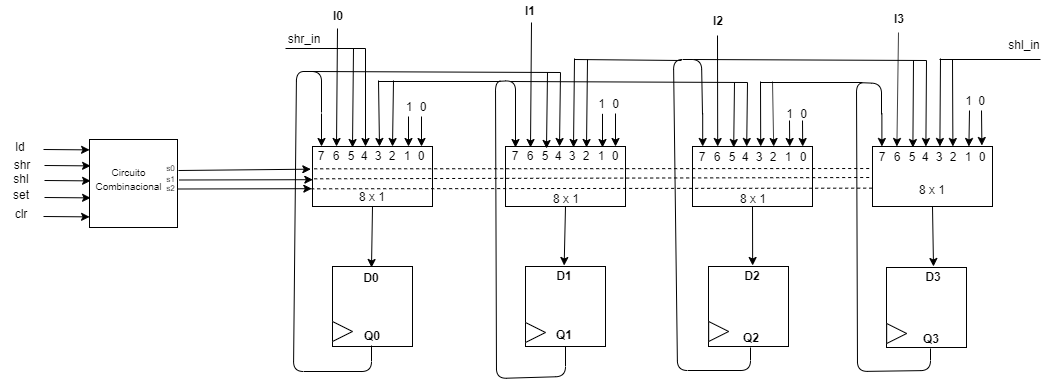
This is Circuitos Digitais/ATIVIDADES2019-2/ATIVIDADE-10/imagens/A10.png from kaikecc/UFRN, a draw.io export, as it was before one commit. Source tidied: cells renumbered, new cells last; positions are measured from the earlier drawing's top-left corner, leaving out a move shared by most shapes.
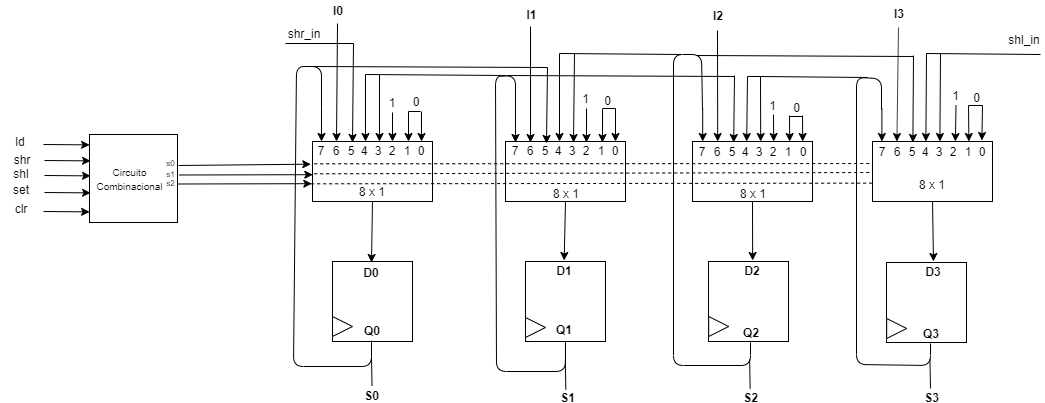
After the commit.

Diff of the diagram source:
```diff
@@ -184,19 +184,19 @@
     </mxCell>
     <mxCell id="60" style="endArrow=classic;html=1;" parent="1" edge="1">
       <mxGeometry relative="1" as="geometry">
-        <mxPoint x="393" y="80" as="sourcePoint" />
+        <mxPoint x="392" y="117" as="sourcePoint" />
         <mxPoint x="392" y="146" as="targetPoint" />
       </mxGeometry>
     </mxCell>
     <mxCell id="61" style="endArrow=classic;html=1;" parent="1" edge="1">
       <mxGeometry relative="1" as="geometry">
-        <mxPoint x="378" y="80" as="sourcePoint" />
+        <mxPoint x="379" y="79" as="sourcePoint" />
         <mxPoint x="379" y="146" as="targetPoint" />
       </mxGeometry>
     </mxCell>
     <mxCell id="62" style="endArrow=classic;html=1;" parent="1" edge="1">
       <mxGeometry relative="1" as="geometry">
-        <mxPoint x="365" y="48" as="sourcePoint" />
+        <mxPoint x="365" y="79" as="sourcePoint" />
         <mxPoint x="365" y="146" as="targetPoint" />
       </mxGeometry>
     </mxCell>
@@ -232,7 +232,7 @@
     </mxCell>
     <mxCell id="68" style="endArrow=classic;html=1;" parent="1" edge="1">
       <mxGeometry relative="1" as="geometry">
-        <mxPoint x="587" y="59" as="sourcePoint" />
+        <mxPoint x="586" y="113" as="sourcePoint" />
         <mxPoint x="586" y="147" as="targetPoint" />
       </mxGeometry>
     </mxCell>
@@ -250,7 +250,7 @@
     </mxCell>
     <mxCell id="71" style="endArrow=classic;html=1;" parent="1" edge="1">
       <mxGeometry relative="1" as="geometry">
-        <mxPoint x="531" y="22" as="sourcePoint" />
+        <mxPoint x="530" y="31" as="sourcePoint" />
         <mxPoint x="530" y="147" as="targetPoint" />
       </mxGeometry>
     </mxCell>
@@ -274,7 +274,7 @@
     </mxCell>
     <mxCell id="75" style="endArrow=classic;html=1;" parent="1" edge="1">
       <mxGeometry relative="1" as="geometry">
-        <mxPoint x="772" y="81" as="sourcePoint" />
+        <mxPoint x="773" y="119" as="sourcePoint" />
         <mxPoint x="773.2" y="146" as="targetPoint" />
       </mxGeometry>
     </mxCell>
@@ -286,13 +286,13 @@
     </mxCell>
     <mxCell id="77" style="endArrow=classic;html=1;" parent="1" edge="1">
       <mxGeometry relative="1" as="geometry">
-        <mxPoint x="747" y="82" as="sourcePoint" />
+        <mxPoint x="747" y="81" as="sourcePoint" />
         <mxPoint x="746.2" y="146" as="targetPoint" />
       </mxGeometry>
     </mxCell>
     <mxCell id="78" style="endArrow=classic;html=1;" parent="1" edge="1">
       <mxGeometry relative="1" as="geometry">
-        <mxPoint x="734" y="82" as="sourcePoint" />
+        <mxPoint x="734" y="80" as="sourcePoint" />
         <mxPoint x="733.2" y="147" as="targetPoint" />
       </mxGeometry>
     </mxCell>
@@ -310,22 +310,16 @@
     </mxCell>
     <mxCell id="81" style="endArrow=classic;html=1;" parent="1" edge="1">
       <mxGeometry relative="1" as="geometry">
-        <mxPoint x="981" y="110" as="sourcePoint" />
+        <mxPoint x="982" y="110" as="sourcePoint" />
         <mxPoint x="981.4" y="145" as="targetPoint" />
       </mxGeometry>
     </mxCell>
     <mxCell id="82" style="endArrow=classic;html=1;" parent="1" edge="1">
       <mxGeometry relative="1" as="geometry">
-        <mxPoint x="969" y="110" as="sourcePoint" />
+        <mxPoint x="968" y="110" as="sourcePoint" />
         <mxPoint x="968.4" y="146" as="targetPoint" />
       </mxGeometry>
     </mxCell>
-    <mxCell id="83" style="endArrow=classic;html=1;" parent="1" edge="1">
-      <mxGeometry relative="1" as="geometry">
-        <mxPoint x="952" y="59" as="sourcePoint" />
-        <mxPoint x="952.4" y="146" as="targetPoint" />
-      </mxGeometry>
-    </mxCell>
     <mxCell id="84" style="endArrow=classic;html=1;" parent="1" edge="1">
       <mxGeometry relative="1" as="geometry">
         <mxPoint x="940" y="58" as="sourcePoint" />
@@ -334,7 +328,7 @@
     </mxCell>
     <mxCell id="85" style="endArrow=classic;html=1;" parent="1" edge="1">
       <mxGeometry relative="1" as="geometry">
-        <mxPoint x="926" y="60" as="sourcePoint" />
+        <mxPoint x="926" y="58" as="sourcePoint" />
         <mxPoint x="925.4" y="146" as="targetPoint" />
       </mxGeometry>
     </mxCell>
@@ -372,7 +366,7 @@
       <mxGeometry x="317" y="5" width="40" height="20" as="geometry" />
     </mxCell>
     <mxCell id="94" value="&lt;b&gt;I1&lt;/b&gt;" style="text;html=1;strokeColor=none;fillColor=none;align=center;verticalAlign=middle;whiteSpace=wrap;rounded=0;" parent="1" vertex="1">
-      <mxGeometry x="509" width="40" height="20" as="geometry" />
+      <mxGeometry x="518" y="13" width="27" height="12" as="geometry" />
     </mxCell>
     <mxCell id="95" value="&lt;b&gt;I2&lt;/b&gt;" style="text;html=1;strokeColor=none;fillColor=none;align=center;verticalAlign=middle;whiteSpace=wrap;rounded=0;" parent="1" vertex="1">
       <mxGeometry x="697" y="10" width="40" height="20" as="geometry" />
@@ -382,7 +376,7 @@
     </mxCell>
     <mxCell id="97" style="endArrow=none;html=1;entryX=0.5;entryY=1;entryDx=0;entryDy=0;" parent="1" edge="1" target="15">
       <mxGeometry relative="1" as="geometry">
-        <mxPoint x="321" y="112" as="sourcePoint" />
+        <mxPoint x="321" y="113" as="sourcePoint" />
         <Array as="points">
           <mxPoint x="321" y="71" />
           <mxPoint x="296" y="71" />
@@ -397,7 +391,7 @@
         <Array as="points">
           <mxPoint x="515" y="80" />
           <mxPoint x="495" y="81" />
-          <mxPoint x="496" y="378" />
+          <mxPoint x="496" y="376" />
           <mxPoint x="565" y="376" />
         </Array>
       </mxGeometry>
@@ -408,7 +402,7 @@
         <Array as="points">
           <mxPoint x="701" y="59" />
           <mxPoint x="673" y="59" />
-          <mxPoint x="677" y="370" />
+          <mxPoint x="673" y="370" />
           <mxPoint x="750" y="370" />
         </Array>
       </mxGeometry>
@@ -419,7 +413,7 @@
         <Array as="points">
           <mxPoint x="881" y="83" />
           <mxPoint x="856" y="82" />
-          <mxPoint x="857" y="371" />
+          <mxPoint x="856" y="369" />
           <mxPoint x="930" y="370" />
         </Array>
       </mxGeometry>
@@ -427,7 +421,7 @@
     <mxCell id="101" style="endArrow=none;html=1;" parent="1" edge="1">
       <mxGeometry relative="1" as="geometry">
         <mxPoint x="285" y="48" as="sourcePoint" />
-        <mxPoint x="365" y="48" as="targetPoint" />
+        <mxPoint x="353" y="48" as="targetPoint" />
       </mxGeometry>
     </mxCell>
     <mxCell id="102" value="shr_in" style="text;html=1;strokeColor=none;fillColor=none;align=center;verticalAlign=middle;whiteSpace=wrap;rounded=0;" parent="1" vertex="1">
@@ -435,72 +429,36 @@
     </mxCell>
     <mxCell id="103" style="endArrow=classic;html=1;" parent="1" edge="1">
       <mxGeometry relative="1" as="geometry">
-        <mxPoint x="560" y="72" as="sourcePoint" />
+        <mxPoint x="559" y="58" as="sourcePoint" />
         <mxPoint x="559" y="146" as="targetPoint" />
       </mxGeometry>
     </mxCell>
-    <mxCell id="104" style="endArrow=none;html=1;fontFamily=Helvetica;fontSize=11;fontColor=#000000;align=center;strokeColor=#000000;" parent="1" edge="1">
-      <mxGeometry relative="1" as="geometry">
-        <mxPoint x="309" y="71" as="sourcePoint" />
-        <mxPoint x="560" y="72" as="targetPoint" />
-      </mxGeometry>
-    </mxCell>
-    <mxCell id="105" style="endArrow=none;html=1;" parent="1" edge="1">
-      <mxGeometry relative="1" as="geometry">
-        <mxPoint x="510" y="81" as="sourcePoint" />
-        <mxPoint x="747" y="82" as="targetPoint" />
-      </mxGeometry>
-    </mxCell>
-    <mxCell id="106" style="endArrow=none;html=1;" parent="1" edge="1">
-      <mxGeometry relative="1" as="geometry">
-        <mxPoint x="693" y="59" as="sourcePoint" />
-        <mxPoint x="926" y="60" as="targetPoint" />
-      </mxGeometry>
-    </mxCell>
     <mxCell id="107" style="endArrow=none;html=1;" parent="1" edge="1">
       <mxGeometry relative="1" as="geometry">
-        <mxPoint x="939" y="59" as="sourcePoint" />
+        <mxPoint x="926" y="58" as="sourcePoint" />
         <mxPoint x="1040" y="59" as="targetPoint" />
       </mxGeometry>
     </mxCell>
     <mxCell id="108" value="shl_in" style="text;html=1;strokeColor=none;fillColor=none;align=center;verticalAlign=middle;whiteSpace=wrap;rounded=0;" parent="1" vertex="1">
       <mxGeometry x="1004" y="34" width="40" height="20" as="geometry" />
     </mxCell>
-    <mxCell id="109" style="endArrow=none;html=1;" parent="1" edge="1">
-      <mxGeometry relative="1" as="geometry">
-        <mxPoint x="760" y="82" as="sourcePoint" />
-        <mxPoint x="862" y="82" as="targetPoint" />
-      </mxGeometry>
-    </mxCell>
     <mxCell id="110" value="0" style="text;html=1;strokeColor=none;fillColor=none;align=center;verticalAlign=middle;whiteSpace=wrap;rounded=0;" parent="1" vertex="1">
-      <mxGeometry x="797" y="109" width="13" height="8" as="geometry" />
+      <mxGeometry x="790" y="108" width="13" height="8" as="geometry" />
     </mxCell>
     <mxCell id="111" value="1" style="text;html=1;strokeColor=none;fillColor=none;align=center;verticalAlign=middle;whiteSpace=wrap;rounded=0;" parent="1" vertex="1">
-      <mxGeometry x="783" y="109" width="13" height="8" as="geometry" />
+      <mxGeometry x="765.5" y="106" width="13" height="8" as="geometry" />
     </mxCell>
     <mxCell id="112" value="1" style="text;html=1;strokeColor=none;fillColor=none;align=center;verticalAlign=middle;whiteSpace=wrap;rounded=0;" parent="1" vertex="1">
-      <mxGeometry x="594.7" y="99" width="13" height="8" as="geometry" />
+      <mxGeometry x="579.2" y="99" width="13" height="8" as="geometry" />
     </mxCell>
     <mxCell id="113" value="0" style="text;html=1;strokeColor=none;fillColor=none;align=center;verticalAlign=middle;whiteSpace=wrap;rounded=0;" parent="1" vertex="1">
-      <mxGeometry x="609.2" y="99" width="13" height="8" as="geometry" />
+      <mxGeometry x="601.2" y="101" width="13" height="8" as="geometry" />
     </mxCell>
-    <mxCell id="114" style="endArrow=none;html=1;" parent="1" edge="1">
-      <mxGeometry relative="1" as="geometry">
-        <mxPoint x="574" y="59" as="sourcePoint" />
-        <mxPoint x="681" y="60" as="targetPoint" />
-      </mxGeometry>
-    </mxCell>
-    <mxCell id="115" style="endArrow=none;html=1;" parent="1" edge="1">
-      <mxGeometry relative="1" as="geometry">
-        <mxPoint x="378" y="81" as="sourcePoint" />
-        <mxPoint x="500" y="81" as="targetPoint" />
-      </mxGeometry>
-    </mxCell>
     <mxCell id="116" value="0" style="text;html=1;strokeColor=none;fillColor=none;align=center;verticalAlign=middle;whiteSpace=wrap;rounded=0;" parent="1" vertex="1">
-      <mxGeometry x="417" y="99" width="9" height="13" as="geometry" />
+      <mxGeometry x="410" y="99.5" width="9" height="13" as="geometry" />
     </mxCell>
     <mxCell id="117" value="1" style="text;html=1;strokeColor=none;fillColor=none;align=center;verticalAlign=middle;whiteSpace=wrap;rounded=0;" parent="1" vertex="1">
-      <mxGeometry x="403" y="100" width="9" height="13" as="geometry" />
+      <mxGeometry x="386.5" y="100" width="9" height="13" as="geometry" />
     </mxCell>
     <mxCell id="118" style="whiteSpace=wrap;html=1;" parent="1" vertex="1">
       <mxGeometry x="89" y="139" width="88" height="88" as="geometry" />
@@ -546,7 +504,7 @@
       <mxGeometry x="162" y="182" width="17" height="8" as="geometry" />
     </mxCell>
     <mxCell id="128" value="&lt;font style=&quot;font-size: 10px&quot;&gt;Circuito Combinacional&lt;/font&gt;" style="text;html=1;strokeColor=none;fillColor=none;align=center;verticalAlign=middle;whiteSpace=wrap;rounded=0;" parent="1" vertex="1">
-      <mxGeometry x="108" y="168" width="40" height="20" as="geometry" />
+      <mxGeometry x="109" y="173" width="40" height="20" as="geometry" />
     </mxCell>
     <mxCell id="129" style="endArrow=classic;html=1;entryX=0.001;entryY=0.118;entryDx=0;entryDy=0;entryPerimeter=0;" parent="1" edge="1" target="118">
       <mxGeometry relative="1" as="geometry">
@@ -593,10 +551,118 @@
       <mxGeometry y="203" width="40" height="20" as="geometry" />
     </mxCell>
     <mxCell id="139" value="0" style="text;html=1;strokeColor=none;fillColor=none;align=center;verticalAlign=middle;whiteSpace=wrap;rounded=0;" parent="1" vertex="1">
-      <mxGeometry x="974.5" y="96" width="13" height="8" as="geometry" />
+      <mxGeometry x="970" y="98.5" width="13" height="8" as="geometry" />
     </mxCell>
     <mxCell id="140" value="1" style="text;html=1;strokeColor=none;fillColor=none;align=center;verticalAlign=middle;whiteSpace=wrap;rounded=0;" parent="1" vertex="1">
-      <mxGeometry x="961.5" y="96" width="13" height="8" as="geometry" />
+      <mxGeometry x="949" y="96" width="13" height="8" as="geometry" />
     </mxCell>
+    <mxCell id="141" style="endArrow=classic;html=1;" parent="1" edge="1">
+      <mxGeometry relative="1" as="geometry">
+        <mxPoint x="955.5" y="110" as="sourcePoint" />
+        <mxPoint x="954.9" y="146" as="targetPoint" />
+      </mxGeometry>
+    </mxCell>
+    <mxCell id="142" style="endArrow=none;html=1;" parent="1" edge="1">
+      <mxGeometry relative="1" as="geometry">
+        <mxPoint x="968" y="110" as="sourcePoint" />
+        <mxPoint x="982" y="110" as="targetPoint" />
+      </mxGeometry>
+    </mxCell>
+    <mxCell id="143" style="endArrow=none;html=1;" parent="1" edge="1">
+      <mxGeometry relative="1" as="geometry">
+        <mxPoint x="696" y="60" as="sourcePoint" />
+        <mxPoint x="913" y="61" as="targetPoint" />
+      </mxGeometry>
+    </mxCell>
+    <mxCell id="144" style="endArrow=none;html=1;" parent="1" edge="1">
+      <mxGeometry relative="1" as="geometry">
+        <mxPoint x="789" y="121" as="sourcePoint" />
+        <mxPoint x="802" y="121" as="targetPoint" />
+      </mxGeometry>
+    </mxCell>
+    <mxCell id="145" style="endArrow=none;html=1;" parent="1" edge="1">
+      <mxGeometry relative="1" as="geometry">
+        <mxPoint x="759" y="81" as="sourcePoint" />
+        <mxPoint x="867" y="82" as="targetPoint" />
+      </mxGeometry>
+    </mxCell>
+    <mxCell id="146" style="endArrow=none;html=1;" parent="1" edge="1">
+      <mxGeometry relative="1" as="geometry">
+        <mxPoint x="747" y="81" as="sourcePoint" />
+        <mxPoint x="760" y="81" as="targetPoint" />
+      </mxGeometry>
+    </mxCell>
+    <mxCell id="147" style="endArrow=none;html=1;" parent="1" edge="1">
+      <mxGeometry relative="1" as="geometry">
+        <mxPoint x="506" y="80" as="sourcePoint" />
+        <mxPoint x="734" y="81" as="targetPoint" />
+      </mxGeometry>
+    </mxCell>
+    <mxCell id="148" style="endArrow=none;html=1;" parent="1" edge="1">
+      <mxGeometry relative="1" as="geometry">
+        <mxPoint x="602" y="113" as="sourcePoint" />
+        <mxPoint x="615" y="113" as="targetPoint" />
+      </mxGeometry>
+    </mxCell>
+    <mxCell id="149" style="endArrow=none;html=1;" parent="1" edge="1">
+      <mxGeometry relative="1" as="geometry">
+        <mxPoint x="559" y="58" as="sourcePoint" />
+        <mxPoint x="681" y="59" as="targetPoint" />
+      </mxGeometry>
+    </mxCell>
+    <mxCell id="150" style="endArrow=none;html=1;" parent="1" edge="1">
+      <mxGeometry relative="1" as="geometry">
+        <mxPoint x="313" y="71" as="sourcePoint" />
+        <mxPoint x="547" y="72" as="targetPoint" />
+      </mxGeometry>
+    </mxCell>
+    <mxCell id="151" style="endArrow=none;html=1;" parent="1" edge="1">
+      <mxGeometry relative="1" as="geometry">
+        <mxPoint x="408" y="116" as="sourcePoint" />
+        <mxPoint x="420" y="116" as="targetPoint" />
+      </mxGeometry>
+    </mxCell>
+    <mxCell id="152" style="endArrow=none;html=1;" parent="1" edge="1">
+      <mxGeometry relative="1" as="geometry">
+        <mxPoint x="365" y="79" as="sourcePoint" />
+        <mxPoint x="505" y="80" as="targetPoint" />
+      </mxGeometry>
+    </mxCell>
+    <mxCell id="153" style="endArrow=none;html=1;" parent="1" edge="1">
+      <mxGeometry relative="1" as="geometry">
+        <mxPoint x="371.5" y="390" as="sourcePoint" />
+        <mxPoint x="371" y="361" as="targetPoint" />
+      </mxGeometry>
+    </mxCell>
+    <mxCell id="154" style="endArrow=none;html=1;" parent="1" edge="1">
+      <mxGeometry relative="1" as="geometry">
+        <mxPoint x="565.3" y="394" as="sourcePoint" />
+        <mxPoint x="564.8" y="365" as="targetPoint" />
+      </mxGeometry>
+    </mxCell>
+    <mxCell id="155" style="endArrow=none;html=1;" parent="1" edge="1">
+      <mxGeometry relative="1" as="geometry">
+        <mxPoint x="749.6" y="393" as="sourcePoint" />
+        <mxPoint x="749.1" y="364" as="targetPoint" />
+      </mxGeometry>
+    </mxCell>
+    <mxCell id="156" style="endArrow=none;html=1;" parent="1" edge="1">
+      <mxGeometry relative="1" as="geometry">
+        <mxPoint x="930" y="393" as="sourcePoint" />
+        <mxPoint x="929.5" y="364" as="targetPoint" />
+      </mxGeometry>
+    </mxCell>
+    <mxCell id="157" value="&lt;b&gt;S0&lt;/b&gt;" style="text;html=1;strokeColor=none;fillColor=none;align=center;verticalAlign=middle;whiteSpace=wrap;rounded=0;" parent="1" vertex="1">
+      <mxGeometry x="358" y="395" width="27" height="9" as="geometry" />
+    </mxCell>
+    <mxCell id="158" value="&lt;b&gt;S1&lt;/b&gt;" style="text;html=1;strokeColor=none;fillColor=none;align=center;verticalAlign=middle;whiteSpace=wrap;rounded=0;" parent="1" vertex="1">
+      <mxGeometry x="554" y="397" width="27" height="9" as="geometry" />
+    </mxCell>
+    <mxCell id="159" value="&lt;b&gt;S2&lt;/b&gt;" style="text;html=1;strokeColor=none;fillColor=none;align=center;verticalAlign=middle;whiteSpace=wrap;rounded=0;" parent="1" vertex="1">
+      <mxGeometry x="737" y="397" width="27" height="9" as="geometry" />
+    </mxCell>
+    <mxCell id="160" value="&lt;b&gt;S3&lt;/b&gt;" style="text;html=1;strokeColor=none;fillColor=none;align=center;verticalAlign=middle;whiteSpace=wrap;rounded=0;" parent="1" vertex="1">
+      <mxGeometry x="917.6" y="397" width="27" height="9" as="geometry" />
+    </mxCell>
   </root>
 </mxGraphModel>
```
